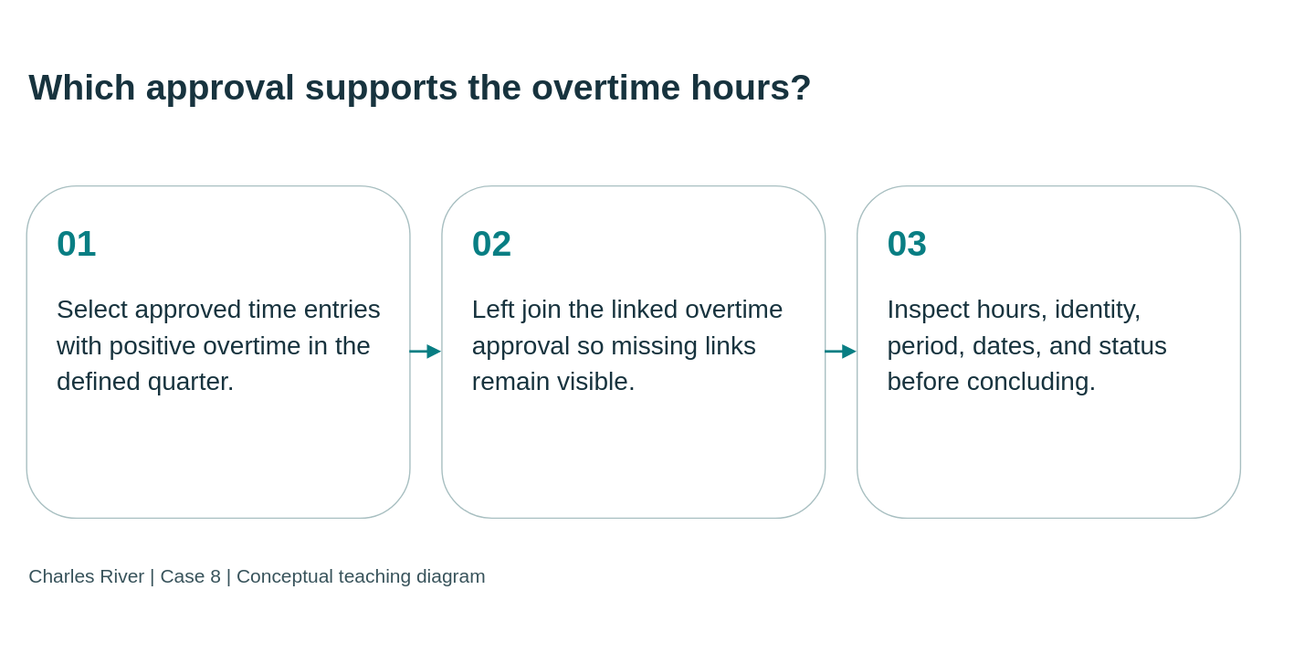
Above: static/diagrams/cases/case08-overtime.svg in mmcodesso/CharlesRiver_Database (draw.io), before the change. Source tidied: cells renumbered, new cells last; positions are measured from the earlier drawing's top-left corner, leaving out a move shared by most shapes. Source of this version:
```xml
<mxGraphModel background="#f5f5ee">
  <root>
    <mxCell id="0" />
    <mxCell id="1" parent="0" />
    <mxCell id="2" value="Which approval supports the overtime hours?" style="text;html=0;strokeColor=none;fillColor=none;align=left;verticalAlign=middle;whiteSpace=wrap;fontSize=28;fontStyle=1;fontColor=#17333e;fontFamily=Arial;" parent="1" vertex="1">
      <mxGeometry width="950" height="95" as="geometry" />
    </mxCell>
    <mxCell id="3" value="&lt;div style=&quot;font-size:28px;color:#087e83;font-weight:bold;margin-bottom:20px&quot;&gt;01&lt;/div&gt;&lt;div style=&quot;font-size:20px;line-height:1.4&quot;&gt;Select approved time entries with positive overtime in the defined quarter.&lt;/div&gt;" style="rounded=1;whiteSpace=wrap;html=1;fillColor=#ffffff;strokeColor=#a8bfc1;fontColor=#17333e;align=left;verticalAlign=top;spacing=24;fontFamily=Arial;fontSize=20;" parent="1" vertex="1">
      <mxGeometry y="125" width="300" height="260" as="geometry" />
    </mxCell>
    <mxCell id="4" value="&lt;div style=&quot;font-size:28px;color:#087e83;font-weight:bold;margin-bottom:20px&quot;&gt;02&lt;/div&gt;&lt;div style=&quot;font-size:20px;line-height:1.4&quot;&gt;Left join the linked overtime approval so missing links remain visible.&lt;/div&gt;" style="rounded=1;whiteSpace=wrap;html=1;fillColor=#ffffff;strokeColor=#a8bfc1;fontColor=#17333e;align=left;verticalAlign=top;spacing=24;fontFamily=Arial;fontSize=20;" parent="1" vertex="1">
      <mxGeometry x="325" y="125" width="300" height="260" as="geometry" />
    </mxCell>
    <mxCell id="5" value="&lt;div style=&quot;font-size:28px;color:#087e83;font-weight:bold;margin-bottom:20px&quot;&gt;03&lt;/div&gt;&lt;div style=&quot;font-size:20px;line-height:1.4&quot;&gt;Inspect hours, identity, period, dates, and status before concluding.&lt;/div&gt;" style="rounded=1;whiteSpace=wrap;html=1;fillColor=#ffffff;strokeColor=#a8bfc1;fontColor=#17333e;align=left;verticalAlign=top;spacing=24;fontFamily=Arial;fontSize=20;" parent="1" vertex="1">
      <mxGeometry x="650" y="125" width="300" height="260" as="geometry" />
    </mxCell>
    <mxCell id="6" style="edgeStyle=orthogonalEdgeStyle;rounded=0;html=1;endArrow=block;endFill=1;strokeColor=#087e83;strokeWidth=2;" parent="1" edge="1" source="3" target="4">
      <mxGeometry relative="1" as="geometry" />
    </mxCell>
    <mxCell id="7" style="edgeStyle=orthogonalEdgeStyle;rounded=0;html=1;endArrow=block;endFill=1;strokeColor=#087e83;strokeWidth=2;" parent="1" edge="1" source="4" target="5">
      <mxGeometry relative="1" as="geometry" />
    </mxCell>
    <mxCell id="8" value="Charles River | Case 8 | Conceptual teaching diagram" style="text;html=0;strokeColor=none;fillColor=none;align=left;fontSize=15;fontColor=#38535b;fontFamily=Arial;" parent="1" vertex="1">
      <mxGeometry y="415" width="950" height="35" as="geometry" />
    </mxCell>
  </root>
</mxGraphModel>
```
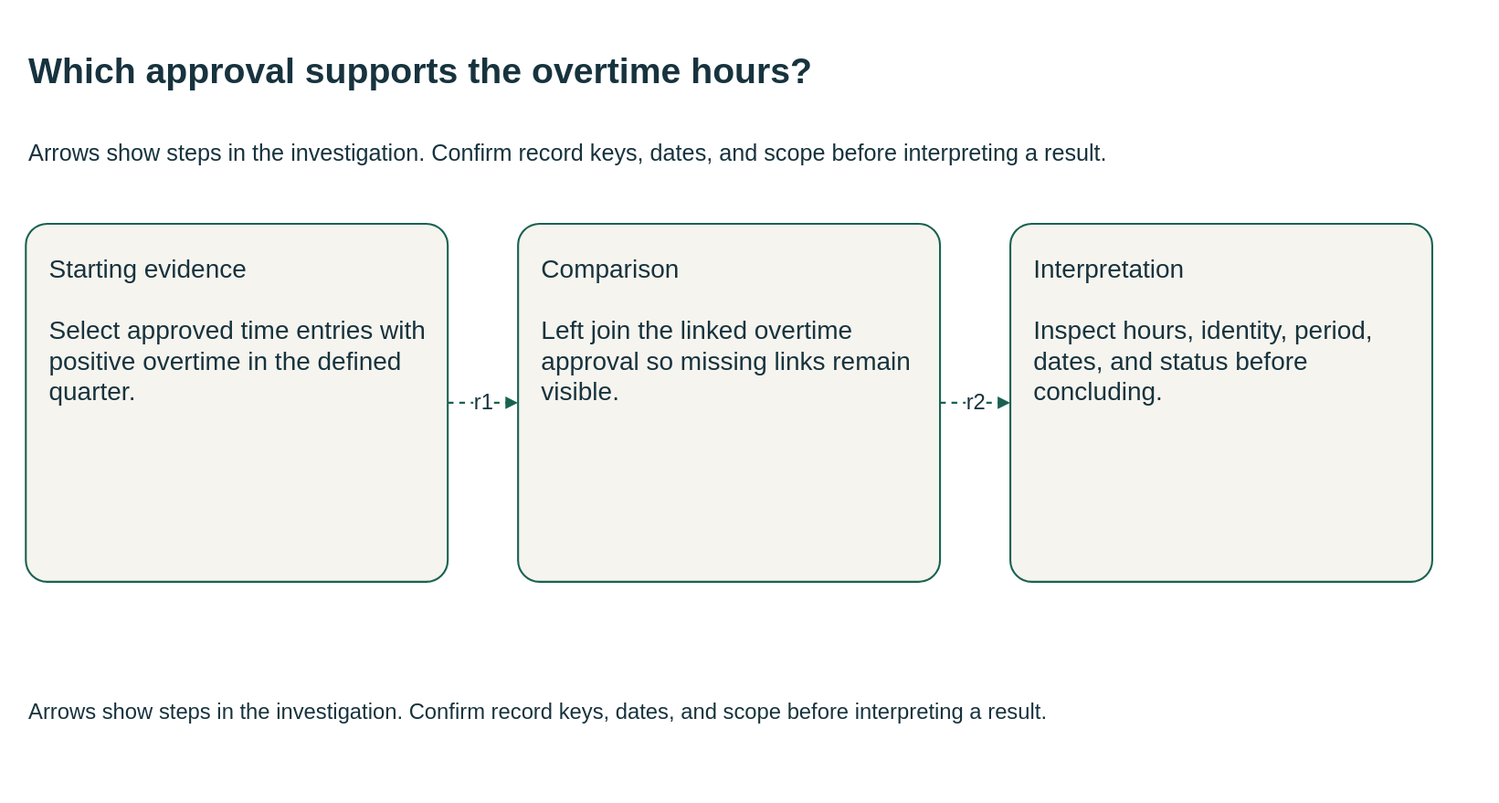
After the commit.

Diff of the diagram source:
```diff
@@ -1,27 +1,30 @@
-<mxGraphModel background="#f5f5ee">
+<mxGraphModel background="#FFFFFF">
   <root>
     <mxCell id="0" />
     <mxCell id="1" parent="0" />
-    <mxCell id="2" value="Which approval supports the overtime hours?" style="text;html=0;strokeColor=none;fillColor=none;align=left;verticalAlign=middle;whiteSpace=wrap;fontSize=28;fontStyle=1;fontColor=#17333e;fontFamily=Arial;" parent="1" vertex="1">
-      <mxGeometry width="950" height="95" as="geometry" />
+    <mxCell id="2" value="Which approval supports the overtime hours?" style="html=0;fontFamily=Arial;fontSize=20;fontColor=#17333e;strokeColor=#196252;strokeWidth=1.5;whiteSpace=wrap;text;strokeColor=none;fillColor=none;align=left;verticalAlign=middle;fontSize=28;fontStyle=1;" parent="1" vertex="1">
+      <mxGeometry y="-10" width="1110" height="70" as="geometry" />
     </mxCell>
+    <mxCell id="9" value="Arrows show steps in the investigation. Confirm record keys, dates, and scope before interpreting a result." style="html=0;fontFamily=Arial;fontSize=20;fontColor=#17333e;strokeColor=#196252;strokeWidth=1.5;whiteSpace=wrap;text;strokeColor=none;fillColor=none;align=left;verticalAlign=middle;fontSize=18;fontStyle=0;" parent="1" vertex="1">
+      <mxGeometry y="62" width="1110" height="55" as="geometry" />
+    </mxCell>
-    <mxCell id="3" value="&lt;div style=&quot;font-size:28px;color:#087e83;font-weight:bold;margin-bottom:20px&quot;&gt;01&lt;/div&gt;&lt;div style=&quot;font-size:20px;line-height:1.4&quot;&gt;Select approved time entries with positive overtime in the defined quarter.&lt;/div&gt;" style="rounded=1;whiteSpace=wrap;html=1;fillColor=#ffffff;strokeColor=#a8bfc1;fontColor=#17333e;align=left;verticalAlign=top;spacing=24;fontFamily=Arial;fontSize=20;" parent="1" vertex="1">
-      <mxGeometry y="125" width="300" height="260" as="geometry" />
+    <mxCell id="3" value="Starting evidence&#10;&#10;Select approved time entries with positive overtime in the defined quarter." style="html=0;fontFamily=Arial;fontSize=20;fontColor=#17333e;strokeColor=#196252;strokeWidth=1.5;whiteSpace=wrap;rounded=1;arcSize=6;fillColor=#f6f4ee;align=left;verticalAlign=top;spacing=18;" parent="1" vertex="1">
+      <mxGeometry y="145" width="330" height="280" as="geometry" />
     </mxCell>
-    <mxCell id="4" value="&lt;div style=&quot;font-size:28px;color:#087e83;font-weight:bold;margin-bottom:20px&quot;&gt;02&lt;/div&gt;&lt;div style=&quot;font-size:20px;line-height:1.4&quot;&gt;Left join the linked overtime approval so missing links remain visible.&lt;/div&gt;" style="rounded=1;whiteSpace=wrap;html=1;fillColor=#ffffff;strokeColor=#a8bfc1;fontColor=#17333e;align=left;verticalAlign=top;spacing=24;fontFamily=Arial;fontSize=20;" parent="1" vertex="1">
-      <mxGeometry x="325" y="125" width="300" height="260" as="geometry" />
+    <mxCell id="4" value="Comparison&#10;&#10;Left join the linked overtime approval so missing links remain visible." style="html=0;fontFamily=Arial;fontSize=20;fontColor=#17333e;strokeColor=#196252;strokeWidth=1.5;whiteSpace=wrap;rounded=1;arcSize=6;fillColor=#f6f4ee;align=left;verticalAlign=top;spacing=18;" parent="1" vertex="1">
+      <mxGeometry x="385" y="145" width="330" height="280" as="geometry" />
     </mxCell>
-    <mxCell id="5" value="&lt;div style=&quot;font-size:28px;color:#087e83;font-weight:bold;margin-bottom:20px&quot;&gt;03&lt;/div&gt;&lt;div style=&quot;font-size:20px;line-height:1.4&quot;&gt;Inspect hours, identity, period, dates, and status before concluding.&lt;/div&gt;" style="rounded=1;whiteSpace=wrap;html=1;fillColor=#ffffff;strokeColor=#a8bfc1;fontColor=#17333e;align=left;verticalAlign=top;spacing=24;fontFamily=Arial;fontSize=20;" parent="1" vertex="1">
-      <mxGeometry x="650" y="125" width="300" height="260" as="geometry" />
+    <mxCell id="5" value="Interpretation&#10;&#10;Inspect hours, identity, period, dates, and status before concluding." style="html=0;fontFamily=Arial;fontSize=20;fontColor=#17333e;strokeColor=#196252;strokeWidth=1.5;whiteSpace=wrap;rounded=1;arcSize=6;fillColor=#f6f4ee;align=left;verticalAlign=top;spacing=18;" parent="1" vertex="1">
+      <mxGeometry x="770" y="145" width="330" height="280" as="geometry" />
     </mxCell>
-    <mxCell id="6" style="edgeStyle=orthogonalEdgeStyle;rounded=0;html=1;endArrow=block;endFill=1;strokeColor=#087e83;strokeWidth=2;" parent="1" edge="1" source="3" target="4">
+    <mxCell id="6" value="r1" style="html=0;fontFamily=Arial;fontSize=20;fontColor=#17333e;strokeColor=#196252;strokeWidth=1.5;whiteSpace=wrap;edgeStyle=orthogonalEdgeStyle;rounded=0;fillColor=none;fontSize=17;labelBackgroundColor=#FFFFFF;startArrow=none;endArrow=block;endFill=1;dashed=1;exitX=1;exitY=0.5;entryX=0;entryY=0.5;" parent="1" edge="1" source="3" target="4">
       <mxGeometry relative="1" as="geometry" />
     </mxCell>
-    <mxCell id="7" style="edgeStyle=orthogonalEdgeStyle;rounded=0;html=1;endArrow=block;endFill=1;strokeColor=#087e83;strokeWidth=2;" parent="1" edge="1" source="4" target="5">
+    <mxCell id="7" value="r2" style="html=0;fontFamily=Arial;fontSize=20;fontColor=#17333e;strokeColor=#196252;strokeWidth=1.5;whiteSpace=wrap;edgeStyle=orthogonalEdgeStyle;rounded=0;fillColor=none;fontSize=17;labelBackgroundColor=#FFFFFF;startArrow=none;endArrow=block;endFill=1;dashed=1;exitX=1;exitY=0.5;entryX=0;entryY=0.5;" parent="1" edge="1" source="4" target="5">
       <mxGeometry relative="1" as="geometry" />
     </mxCell>
-    <mxCell id="8" value="Charles River | Case 8 | Conceptual teaching diagram" style="text;html=0;strokeColor=none;fillColor=none;align=left;fontSize=15;fontColor=#38535b;fontFamily=Arial;" parent="1" vertex="1">
-      <mxGeometry y="415" width="950" height="35" as="geometry" />
+    <mxCell id="8" value="Arrows show steps in the investigation. Confirm record keys, dates, and scope before interpreting a result." style="html=0;fontFamily=Arial;fontSize=20;fontColor=#17333e;strokeColor=#196252;strokeWidth=1.5;whiteSpace=wrap;text;strokeColor=none;fillColor=none;align=left;verticalAlign=middle;fontSize=17;fontStyle=0;" parent="1" vertex="1">
+      <mxGeometry y="497" width="1110" height="60" as="geometry" />
     </mxCell>
   </root>
 </mxGraphModel>
```
